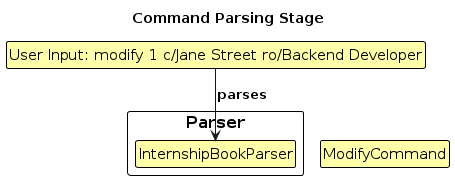
Above: diagrams/ModifyCommandParse.png in AY2324S1-CS2103T-W17-1/tp (PlantUML), before the change. Its source is kept beside it as diagrams/ModifyCommandParse.puml.
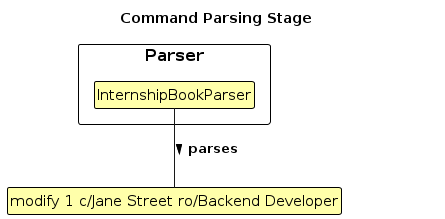
The same file after the commit.

Diff of the diagram source:
```diff
@@ -1,5 +1,4 @@
 @startuml
-!pragma layout smetana
 !include style.puml
 skinparam ClassFontColor #000000
 skinparam ClassBorderColor #000000
@@ -19,8 +18,8 @@
 
 hide ModifyCommand
 
-class UserInput as "User Input: modify 1 c/Jane Street ro/Backend Developer"
+class UserInput as "modify 1 c/Jane Street ro/Backend Developer"
 
-UserInput -down-> InternshipBookParser : parses
+UserInput -up- InternshipBookParser : < parses
 
 @enduml
```
